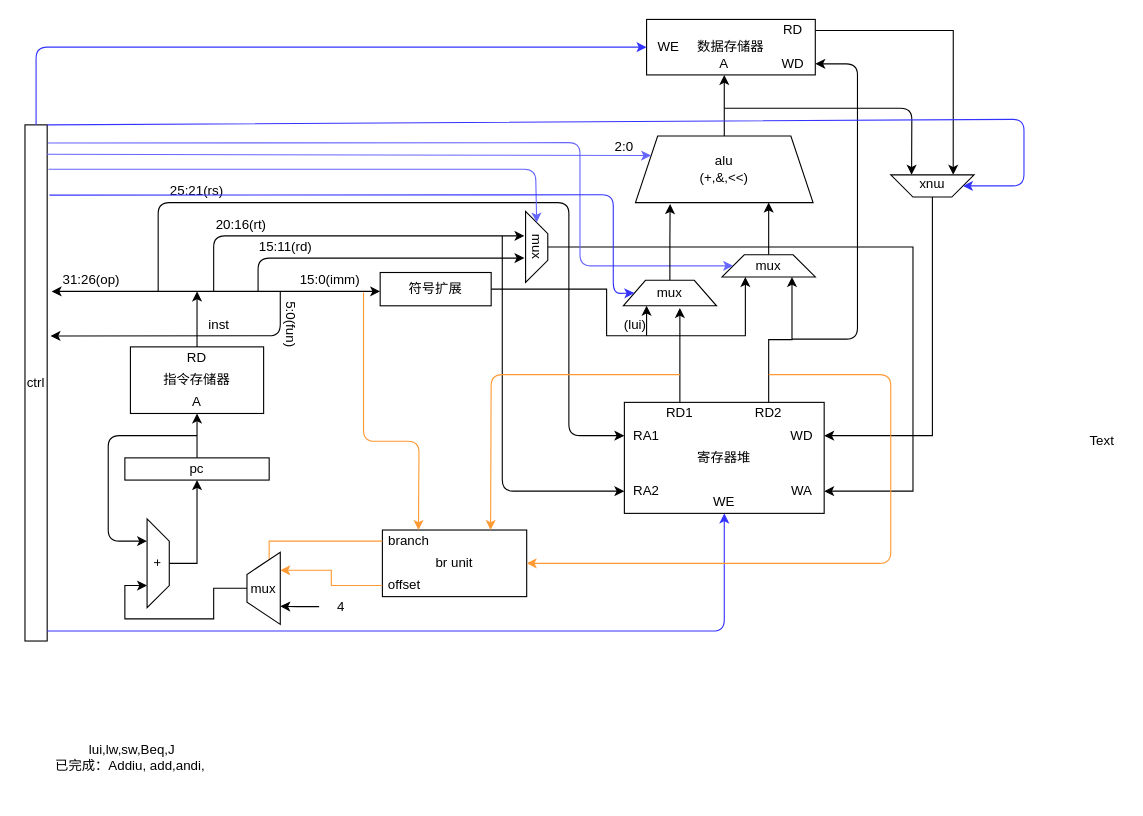
Earlier version of the draw.io diagram page "Page-2" (2 of 2) of 2.drawio (lzhenbit/Dictionary). Source tidied: cells renumbered, new cells numbered last; positions are measured from the earlier drawing's top-left corner, leaving out a move shared by most shapes. Both pictures are drawn from the tidied source at 111%, with x=0, y=0 at pixel (19, 19).
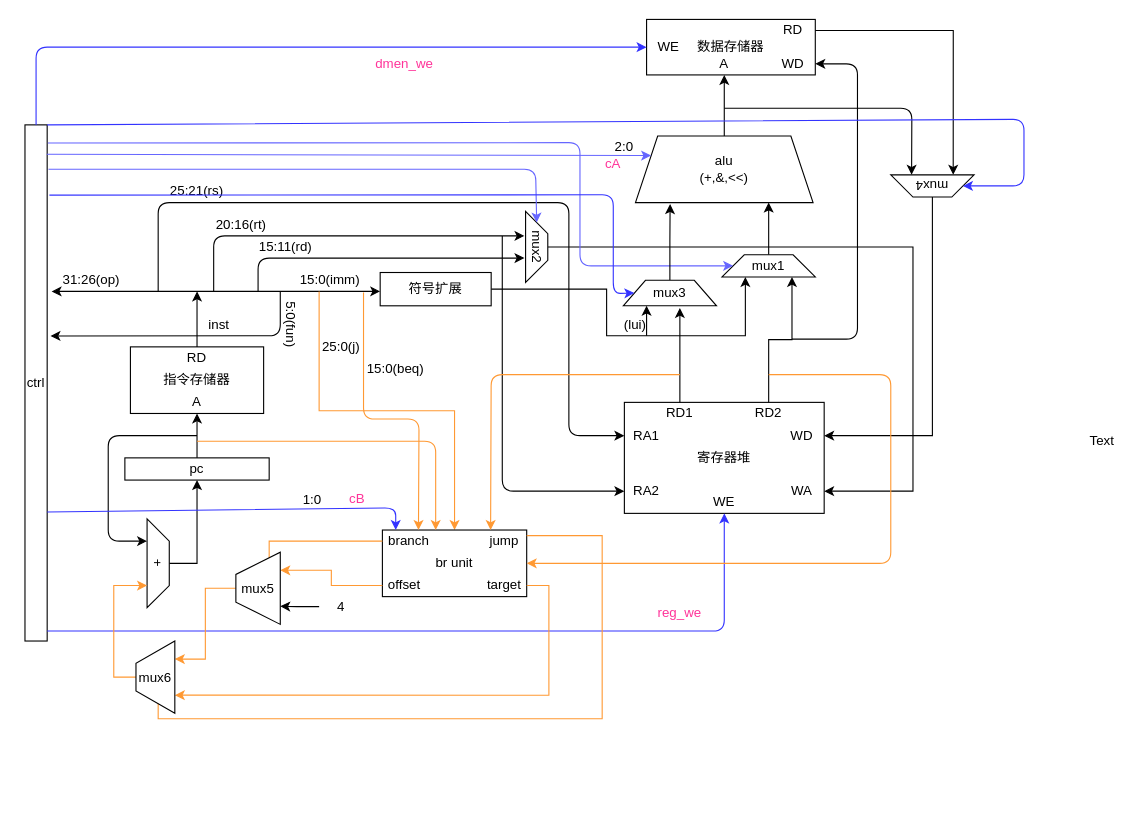
After the change.

The change refers to these unchanged cells:
```xml
<mxCell id="2" value="ctrl" style="rounded=0;whiteSpace=wrap;html=1;" parent="1" vertex="1">
  <mxGeometry x="5" y="95" width="20" height="465" as="geometry" />
</mxCell>
<mxCell id="4" value="+" style="shape=trapezoid;perimeter=trapezoidPerimeter;whiteSpace=wrap;html=1;fixedSize=1;rotation=90;" parent="1" vertex="1">
  <mxGeometry x="85" y="480" width="80" height="20" as="geometry" />
</mxCell>
<mxCell id="32" value="15:0(imm)" style="text;html=1;strokeColor=none;fillColor=none;align=center;verticalAlign=middle;whiteSpace=wrap;rounded=0;" parent="1" vertex="1">
  <mxGeometry x="260" y="225" width="40" height="20" as="geometry" />
</mxCell>
<mxCell id="69" value="br unit" style="rounded=0;whiteSpace=wrap;html=1;" parent="1" vertex="1">
  <mxGeometry x="327" y="460" width="130" height="60" as="geometry" />
</mxCell>
<mxCell id="74" value="branch" style="text;html=1;strokeColor=none;fillColor=none;align=center;verticalAlign=middle;whiteSpace=wrap;rounded=0;" parent="1" vertex="1">
  <mxGeometry x="327" y="460" width="48" height="20" as="geometry" />
</mxCell>
```

Diff of the diagram source:
```diff
@@
+    <mxCell id="79" style="edgeStyle=orthogonalEdgeStyle;rounded=0;jettySize=auto;html=1;exitX=0.25;exitY=1;exitDx=0;exitDy=0;entryX=0.5;entryY=0;entryDx=0;entryDy=0;strokeColor=#FF9933;fillColor=#7EA6E0;" parent="1" edge="1" source="32" target="69">
+      <mxGeometry relative="1" as="geometry" />
+    </mxCell>
@@
-    <mxCell id="34" value="&amp;nbsp;lui,lw,sw,Beq,J&lt;br&gt;已完成：Addiu, add,andi," style="text;html=1;strokeColor=none;fillColor=none;align=center;verticalAlign=middle;whiteSpace=wrap;rounded=0;" parent="1" vertex="1">
-      <mxGeometry y="630" width="200" height="70" as="geometry" />
-    </mxCell>
@@
-    <mxCell id="38" value="mux" style="shape=trapezoid;perimeter=trapezoidPerimeter;whiteSpace=wrap;html=1;fixedSize=1;" parent="1" vertex="1">
+    <mxCell id="38" value="mux1" style="shape=trapezoid;perimeter=trapezoidPerimeter;whiteSpace=wrap;html=1;fixedSize=1;" parent="1" vertex="1">
       <mxGeometry x="633" y="212" width="84" height="20" as="geometry" />
     </mxCell>
@@
-    <mxCell id="47" value="mux" style="shape=trapezoid;perimeter=trapezoidPerimeter;whiteSpace=wrap;html=1;fixedSize=1;rotation=90;" parent="1" vertex="1">
+    <mxCell id="47" value="mux2" style="shape=trapezoid;perimeter=trapezoidPerimeter;whiteSpace=wrap;html=1;fixedSize=1;rotation=90;" parent="1" vertex="1">
       <mxGeometry x="434" y="195" width="64" height="20" as="geometry" />
     </mxCell>
@@
-    <mxCell id="53" value="mux" style="shape=trapezoid;perimeter=trapezoidPerimeter;whiteSpace=wrap;html=1;fixedSize=1;" parent="1" vertex="1">
+    <mxCell id="53" value="mux3" style="shape=trapezoid;perimeter=trapezoidPerimeter;whiteSpace=wrap;html=1;fixedSize=1;" parent="1" vertex="1">
       <mxGeometry x="544" y="235" width="84" height="23" as="geometry" />
     </mxCell>
@@
-    <mxCell id="66" value="mux" style="shape=trapezoid;perimeter=trapezoidPerimeter;whiteSpace=wrap;html=1;fixedSize=1;rotation=-180;" parent="1" vertex="1">
+    <mxCell id="66" value="mux4" style="shape=trapezoid;perimeter=trapezoidPerimeter;whiteSpace=wrap;html=1;fixedSize=1;rotation=-180;" parent="1" vertex="1">
       <mxGeometry x="785" y="140" width="75" height="20" as="geometry" />
     </mxCell>
@@
     <mxCell id="72" style="endArrow=classic;html=1;strokeColor=#FF9933;fillColor=#7EA6E0;entryX=0.25;entryY=0;entryDx=0;entryDy=0;" parent="1" edge="1" target="69">
       <mxGeometry relative="1" as="geometry">
         <mxPoint x="310" y="246" as="sourcePoint" />
         <Array as="points">
-          <mxPoint x="310" y="380" />
-          <mxPoint x="360" y="380" />
+          <mxPoint x="310" y="360" />
+          <mxPoint x="360" y="360" />
         </Array>
       </mxGeometry>
     </mxCell>
@@
-    <mxCell id="77" style="edgeStyle=orthogonalEdgeStyle;rounded=0;jettySize=auto;html=1;exitX=0.5;exitY=0;exitDx=0;exitDy=0;entryX=0.75;entryY=1;entryDx=0;entryDy=0;strokeColor=#000000;fillColor=#7EA6E0;" parent="1" edge="1" source="78" target="4">
-      <mxGeometry relative="1" as="geometry">
-        <Array as="points">
-          <mxPoint x="175" y="513" />
-          <mxPoint x="175" y="540" />
-          <mxPoint x="95" y="540" />
-          <mxPoint x="95" y="510" />
-        </Array>
-      </mxGeometry>
-    </mxCell>
+    <mxCell id="80" style="edgeStyle=orthogonalEdgeStyle;rounded=0;jettySize=auto;html=1;exitX=0.5;exitY=0;exitDx=0;exitDy=0;entryX=0.75;entryY=1;entryDx=0;entryDy=0;strokeColor=#FF9933;fillColor=#7EA6E0;" parent="1" edge="1" source="78" target="89">
+      <mxGeometry relative="1" as="geometry" />
+    </mxCell>
-    <mxCell id="78" value="mux" style="shape=trapezoid;perimeter=trapezoidPerimeter;whiteSpace=wrap;html=1;fixedSize=1;direction=north;" parent="1" vertex="1">
-      <mxGeometry x="205" y="480" width="30" height="65" as="geometry" />
+    <mxCell id="78" value="mux5" style="shape=trapezoid;perimeter=trapezoidPerimeter;whiteSpace=wrap;html=1;fixedSize=1;direction=north;" parent="1" vertex="1">
+      <mxGeometry x="195" y="480" width="40" height="65" as="geometry" />
     </mxCell>
+    <mxCell id="81" style="endArrow=classic;html=1;fillColor=#7EA6E0;strokeColor=#FF9933;" parent="1" edge="1">
+      <mxGeometry relative="1" as="geometry">
+        <mxPoint x="160" y="380" as="sourcePoint" />
+        <mxPoint x="375" y="460" as="targetPoint" />
+        <Array as="points">
+          <mxPoint x="375" y="380" />
+        </Array>
+      </mxGeometry>
+    </mxCell>
+    <mxCell id="82" value="25:0(j)" style="text;html=1;strokeColor=none;fillColor=none;align=center;verticalAlign=middle;whiteSpace=wrap;rounded=0;" parent="1" vertex="1">
+      <mxGeometry x="270" y="285" width="40" height="20" as="geometry" />
+    </mxCell>
+    <mxCell id="83" value="15:0(beq)" style="text;html=1;strokeColor=none;fillColor=none;align=center;verticalAlign=middle;whiteSpace=wrap;rounded=0;" parent="1" vertex="1">
+      <mxGeometry x="319" y="305" width="40" height="20" as="geometry" />
+    </mxCell>
+    <mxCell id="84" style="edgeStyle=orthogonalEdgeStyle;rounded=0;jettySize=auto;html=1;exitX=1;exitY=0.25;exitDx=0;exitDy=0;strokeColor=#FF9933;fillColor=#7EA6E0;entryX=0;entryY=0.5;entryDx=0;entryDy=0;" parent="1" edge="1" source="85" target="89">
+      <mxGeometry relative="1" as="geometry">
+        <Array as="points">
+          <mxPoint x="525" y="465" />
+          <mxPoint x="525" y="630" />
+          <mxPoint x="125" y="630" />
+        </Array>
+      </mxGeometry>
+    </mxCell>
+    <mxCell id="85" value="jump" style="text;html=1;strokeColor=none;fillColor=none;align=center;verticalAlign=middle;whiteSpace=wrap;rounded=0;" parent="1" vertex="1">
+      <mxGeometry x="417" y="460" width="40" height="20" as="geometry" />
+    </mxCell>
+    <mxCell id="86" style="edgeStyle=orthogonalEdgeStyle;rounded=0;jettySize=auto;html=1;exitX=1;exitY=0.5;exitDx=0;exitDy=0;entryX=0.25;entryY=1;entryDx=0;entryDy=0;strokeColor=#FF9933;fillColor=#7EA6E0;" parent="1" edge="1" source="87" target="89">
+      <mxGeometry relative="1" as="geometry" />
+    </mxCell>
+    <mxCell id="87" value="target" style="text;html=1;strokeColor=none;fillColor=none;align=center;verticalAlign=middle;whiteSpace=wrap;rounded=0;" parent="1" vertex="1">
+      <mxGeometry x="417" y="500" width="40" height="20" as="geometry" />
+    </mxCell>
+    <mxCell id="88" style="edgeStyle=orthogonalEdgeStyle;rounded=0;jettySize=auto;html=1;exitX=0.5;exitY=0;exitDx=0;exitDy=0;entryX=0.75;entryY=1;entryDx=0;entryDy=0;strokeColor=#FF9933;fillColor=#7EA6E0;" parent="1" edge="1" source="89" target="4">
+      <mxGeometry relative="1" as="geometry" />
+    </mxCell>
+    <mxCell id="89" value="mux6" style="shape=trapezoid;perimeter=trapezoidPerimeter;whiteSpace=wrap;html=1;fixedSize=1;direction=north;" parent="1" vertex="1">
+      <mxGeometry x="105" y="560" width="35" height="65" as="geometry" />
+    </mxCell>
+    <mxCell id="90" value="&lt;font color=&quot;#ff3399&quot;&gt;dmen_we&lt;/font&gt;" style="text;html=1;strokeColor=none;fillColor=none;align=center;verticalAlign=middle;whiteSpace=wrap;rounded=0;" parent="1" vertex="1">
+      <mxGeometry x="327" y="30" width="40" height="20" as="geometry" />
+    </mxCell>
+    <mxCell id="91" style="endArrow=classic;html=1;fillColor=#7EA6E0;exitX=1;exitY=0.75;exitDx=0;exitDy=0;entryX=0.25;entryY=0;entryDx=0;entryDy=0;strokeColor=#3333FF;" parent="1" edge="1" source="2" target="74">
+      <mxGeometry relative="1" as="geometry">
+        <Array as="points">
+          <mxPoint x="339" y="440" />
+        </Array>
+      </mxGeometry>
+    </mxCell>
+    <mxCell id="92" value="1:0" style="text;html=1;strokeColor=none;fillColor=none;align=center;verticalAlign=middle;whiteSpace=wrap;rounded=0;" parent="1" vertex="1">
+      <mxGeometry x="244" y="423" width="40" height="20" as="geometry" />
+    </mxCell>
+    <mxCell id="93" value="&lt;font color=&quot;#ff3399&quot;&gt;cA&lt;/font&gt;" style="text;html=1;strokeColor=none;fillColor=none;align=center;verticalAlign=middle;whiteSpace=wrap;rounded=0;" parent="1" vertex="1">
+      <mxGeometry x="515" y="120" width="40" height="20" as="geometry" />
+    </mxCell>
+    <mxCell id="94" value="&lt;font color=&quot;#ff3399&quot;&gt;cB&lt;/font&gt;" style="text;html=1;strokeColor=none;fillColor=none;align=center;verticalAlign=middle;whiteSpace=wrap;rounded=0;" parent="1" vertex="1">
+      <mxGeometry x="285" y="420" width="39" height="23" as="geometry" />
+    </mxCell>
+    <mxCell id="95" value="&lt;font color=&quot;#ff3399&quot;&gt;reg_we&lt;/font&gt;" style="text;html=1;strokeColor=none;fillColor=none;align=center;verticalAlign=middle;whiteSpace=wrap;rounded=0;" parent="1" vertex="1">
+      <mxGeometry x="575" y="525" width="40" height="20" as="geometry" />
+    </mxCell>
```
